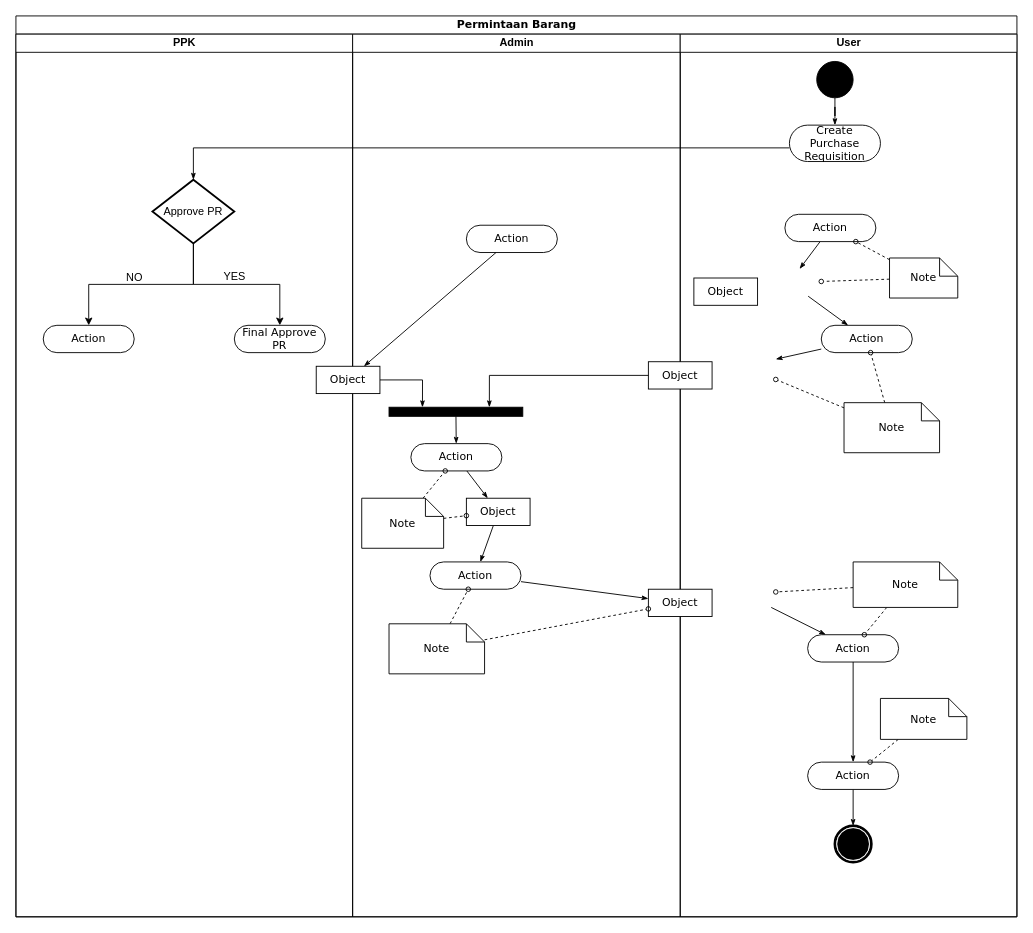
ardianozi18/berkibar keeps this draw.io diagram as 20210727 Activity Diagram AKAProc.drawio. Above is the earlier version. Source tidied: cells renumbered, new cells numbered last; positions are measured from the earlier drawing's top-left corner, leaving out a move shared by most shapes. Both pictures are drawn from the tidied source at 91%, with x=0, y=0 at pixel (15, 15).
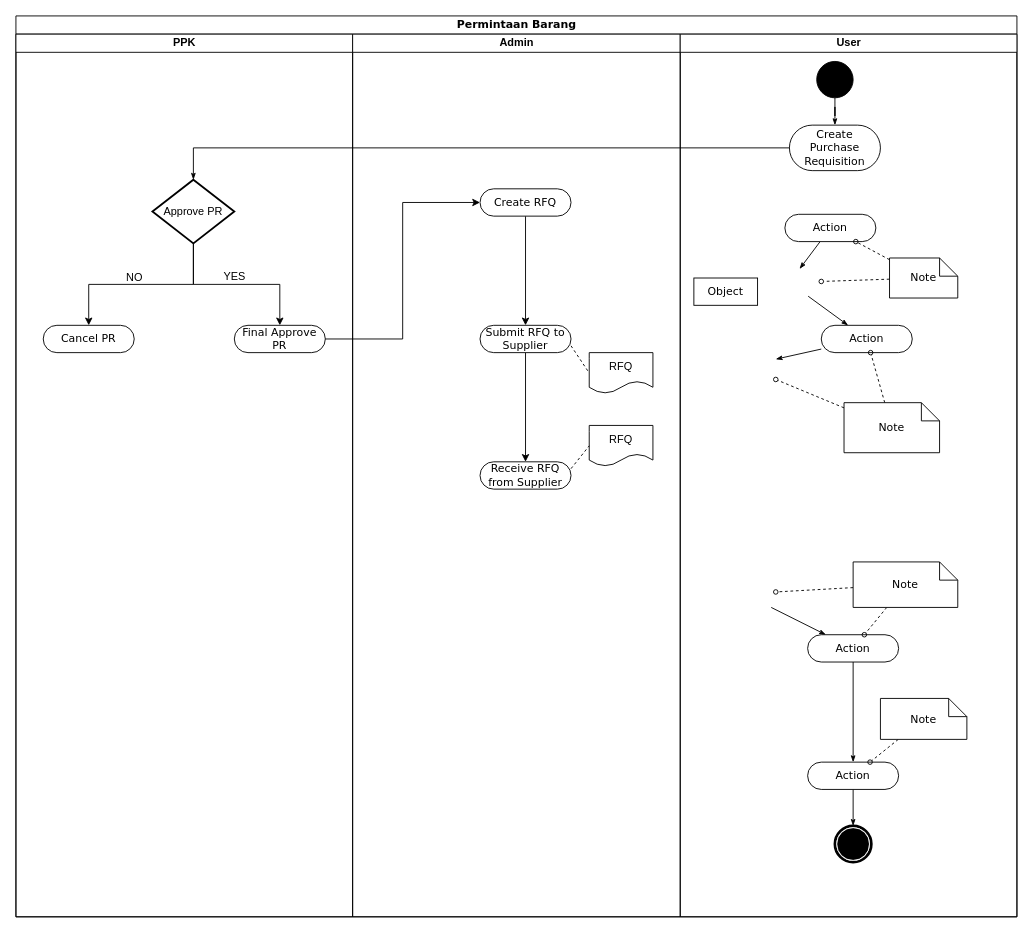
The same diagram, later.

Unchanged cells that the change refers to:
```xml
<mxCell id="2" value="Permintaan Barang" style="swimlane;html=1;startSize=20;rounded=0;shadow=0;comic=0;labelBackgroundColor=none;strokeWidth=1;fontFamily=Verdana;fontSize=12;align=center;" parent="1" vertex="1">
  <mxGeometry width="1100" height="990" as="geometry" />
</mxCell>
<mxCell id="3" value="PPK" style="swimlane;html=1;startSize=20;" parent="2" vertex="1">
  <mxGeometry y="20" width="370" height="970" as="geometry" />
</mxCell>
<mxCell id="8" value="Final Approve PR" style="rounded=1;whiteSpace=wrap;html=1;shadow=0;comic=0;labelBackgroundColor=none;strokeWidth=1;fontFamily=Verdana;fontSize=12;align=center;arcSize=50;" parent="3" vertex="1">
  <mxGeometry x="240" y="320" width="100" height="30" as="geometry" />
</mxCell>
<mxCell id="10" value="Admin" style="swimlane;html=1;startSize=20;" parent="2" vertex="1">
  <mxGeometry x="370" y="20" width="360" height="970" as="geometry" />
</mxCell>
<mxCell id="27" value="User" style="swimlane;html=1;startSize=20;" parent="2" vertex="1">
  <mxGeometry x="730" y="20" width="370" height="970" as="geometry" />
</mxCell>
```

The edit, as a diff of the source:
```diff
@@
-    <mxCell id="7" value="Action" style="rounded=1;whiteSpace=wrap;html=1;shadow=0;comic=0;labelBackgroundColor=none;strokeWidth=1;fontFamily=Verdana;fontSize=12;align=center;arcSize=50;" parent="3" vertex="1">
+    <mxCell id="7" value="Cancel PR" style="rounded=1;whiteSpace=wrap;html=1;shadow=0;comic=0;labelBackgroundColor=none;strokeWidth=1;fontFamily=Verdana;fontSize=12;align=center;arcSize=50;" parent="3" vertex="1">
       <mxGeometry x="30" y="320" width="100" height="30" as="geometry" />
     </mxCell>
@@
-    <mxCell id="11" style="edgeStyle=none;rounded=0;html=1;labelBackgroundColor=none;startArrow=none;startFill=0;startSize=5;endArrow=classicThin;endFill=1;endSize=5;jettySize=auto;strokeWidth=1;fontFamily=Verdana;fontSize=12;" parent="10" edge="1" source="12" target="18">
-      <mxGeometry relative="1" as="geometry" />
-    </mxCell>
-    <mxCell id="12" value="Action" style="rounded=1;whiteSpace=wrap;html=1;shadow=0;comic=0;labelBackgroundColor=none;strokeWidth=1;fontFamily=Verdana;fontSize=12;align=center;arcSize=50;" parent="10" vertex="1">
-      <mxGeometry x="64" y="450" width="100" height="30" as="geometry" />
-    </mxCell>
-    <mxCell id="13" style="edgeStyle=none;rounded=0;html=1;labelBackgroundColor=none;startArrow=none;startFill=0;startSize=5;endArrow=classicThin;endFill=1;endSize=5;jettySize=auto;strokeWidth=1;fontFamily=Verdana;fontSize=12;" parent="10" edge="1" source="14" target="12">
-      <mxGeometry relative="1" as="geometry" />
-    </mxCell>
-    <mxCell id="14" style="whiteSpace=wrap;html=1;rounded=0;shadow=0;comic=0;labelBackgroundColor=none;strokeWidth=1;fillColor=#000000;fontFamily=Verdana;fontSize=12;align=center;rotation=0;" parent="10" vertex="1">
-      <mxGeometry x="40" y="410" width="147" height="10" as="geometry" />
-    </mxCell>
-    <mxCell id="15" style="edgeStyle=orthogonalEdgeStyle;rounded=0;html=1;entryX=0.25;entryY=0;labelBackgroundColor=none;startArrow=none;startFill=0;startSize=5;endArrow=classicThin;endFill=1;endSize=5;jettySize=auto;strokeWidth=1;fontFamily=Verdana;fontSize=12;" parent="10" edge="1" source="16" target="14">
-      <mxGeometry relative="1" as="geometry" />
-    </mxCell>
-    <mxCell id="16" value="Object" style="rounded=0;whiteSpace=wrap;html=1;shadow=0;comic=0;labelBackgroundColor=none;strokeWidth=1;fontFamily=Verdana;fontSize=12;align=center;arcSize=50;" parent="10" vertex="1">
-      <mxGeometry x="-40" y="365" width="70" height="30" as="geometry" />
-    </mxCell>
-    <mxCell id="17" style="edgeStyle=none;rounded=0;html=1;labelBackgroundColor=none;startArrow=none;startFill=0;startSize=5;endArrow=classicThin;endFill=1;endSize=5;jettySize=auto;strokeWidth=1;fontFamily=Verdana;fontSize=12;" parent="10" edge="1" source="18" target="19">
-      <mxGeometry relative="1" as="geometry" />
-    </mxCell>
-    <mxCell id="18" value="Object" style="rounded=0;whiteSpace=wrap;html=1;shadow=0;comic=0;labelBackgroundColor=none;strokeWidth=1;fontFamily=Verdana;fontSize=12;align=center;arcSize=50;" parent="10" vertex="1">
-      <mxGeometry x="125" y="510" width="70" height="30" as="geometry" />
-    </mxCell>
-    <mxCell id="19" value="Action" style="rounded=1;whiteSpace=wrap;html=1;shadow=0;comic=0;labelBackgroundColor=none;strokeWidth=1;fontFamily=Verdana;fontSize=12;align=center;arcSize=50;" parent="10" vertex="1">
-      <mxGeometry x="85" y="580" width="100" height="30" as="geometry" />
-    </mxCell>
-    <mxCell id="20" style="edgeStyle=none;rounded=0;html=1;dashed=1;labelBackgroundColor=none;startArrow=none;startFill=0;startSize=5;endArrow=oval;endFill=0;endSize=5;jettySize=auto;strokeWidth=1;fontFamily=Verdana;fontSize=12;" parent="10" edge="1" source="22" target="12">
-      <mxGeometry relative="1" as="geometry" />
-    </mxCell>
-    <mxCell id="21" style="edgeStyle=none;rounded=0;html=1;dashed=1;labelBackgroundColor=none;startArrow=none;startFill=0;startSize=5;endArrow=oval;endFill=0;endSize=5;jettySize=auto;strokeWidth=1;fontFamily=Verdana;fontSize=12;" parent="10" edge="1" source="22" target="18">
-      <mxGeometry relative="1" as="geometry" />
-    </mxCell>
-    <mxCell id="22" value="Note" style="shape=note;whiteSpace=wrap;html=1;rounded=0;shadow=0;comic=0;labelBackgroundColor=none;strokeWidth=1;fontFamily=Verdana;fontSize=12;align=center;size=20;" parent="10" vertex="1">
-      <mxGeometry x="10" y="510" width="90" height="55" as="geometry" />
-    </mxCell>
-    <mxCell id="23" style="edgeStyle=none;rounded=0;html=1;dashed=1;labelBackgroundColor=none;startArrow=none;startFill=0;startSize=5;endArrow=oval;endFill=0;endSize=5;jettySize=auto;strokeWidth=1;fontFamily=Verdana;fontSize=12;" parent="10" edge="1" source="24" target="19">
-      <mxGeometry relative="1" as="geometry" />
-    </mxCell>
-    <mxCell id="24" value="Note" style="shape=note;whiteSpace=wrap;html=1;rounded=0;shadow=0;comic=0;labelBackgroundColor=none;strokeWidth=1;fontFamily=Verdana;fontSize=12;align=center;size=20;" parent="10" vertex="1">
-      <mxGeometry x="40" y="648" width="105" height="55" as="geometry" />
-    </mxCell>
+    <mxCell id="61" style="edgeStyle=orthogonalEdgeStyle;rounded=0;jettySize=auto;html=1;exitX=0.5;exitY=1;exitDx=0;exitDy=0;" parent="10" edge="1" source="25" target="64">
+      <mxGeometry relative="1" as="geometry" />
+    </mxCell>
-    <mxCell id="25" value="Action" style="rounded=1;whiteSpace=wrap;html=1;shadow=0;comic=0;labelBackgroundColor=none;strokeWidth=1;fontFamily=Verdana;fontSize=12;align=center;arcSize=50;" parent="10" vertex="1">
-      <mxGeometry x="125" y="210" width="100" height="30" as="geometry" />
+    <mxCell id="25" value="Submit RFQ to Supplier" style="rounded=1;whiteSpace=wrap;html=1;shadow=0;comic=0;labelBackgroundColor=none;strokeWidth=1;fontFamily=Verdana;fontSize=12;align=center;arcSize=50;" parent="10" vertex="1">
+      <mxGeometry x="140" y="320" width="100" height="30" as="geometry" />
     </mxCell>
-    <mxCell id="26" style="edgeStyle=none;rounded=0;html=1;labelBackgroundColor=none;startArrow=none;startFill=0;startSize=5;endArrow=classicThin;endFill=1;endSize=5;jettySize=auto;strokeWidth=1;fontFamily=Verdana;fontSize=12;" parent="10" edge="1" source="25" target="16">
-      <mxGeometry relative="1" as="geometry" />
-    </mxCell>
+    <mxCell id="62" value="RFQ" style="shape=document;whiteSpace=wrap;html=1;boundedLbl=1;" parent="10" vertex="1">
+      <mxGeometry x="260" y="350" width="70" height="44.8" as="geometry" />
+    </mxCell>
+    <mxCell id="63" style="endArrow=none;dashed=1;html=1;entryX=0;entryY=0.5;entryDx=0;entryDy=0;exitX=1;exitY=0.75;exitDx=0;exitDy=0;" parent="10" edge="1" source="25" target="62">
+      <mxGeometry relative="1" as="geometry" />
+    </mxCell>
+    <mxCell id="64" value="Receive RFQ from Supplier" style="rounded=1;whiteSpace=wrap;html=1;shadow=0;comic=0;labelBackgroundColor=none;strokeWidth=1;fontFamily=Verdana;fontSize=12;align=center;arcSize=50;" parent="10" vertex="1">
+      <mxGeometry x="140" y="470" width="100" height="30" as="geometry" />
+    </mxCell>
+    <mxCell id="65" style="edgeStyle=orthogonalEdgeStyle;rounded=0;jettySize=auto;html=1;exitX=0.5;exitY=1;exitDx=0;exitDy=0;entryX=0.5;entryY=0;entryDx=0;entryDy=0;" parent="10" edge="1" source="66" target="25">
+      <mxGeometry relative="1" as="geometry" />
+    </mxCell>
+    <mxCell id="66" value="Create RFQ" style="rounded=1;whiteSpace=wrap;html=1;shadow=0;comic=0;labelBackgroundColor=none;strokeWidth=1;fontFamily=Verdana;fontSize=12;align=center;arcSize=50;" parent="10" vertex="1">
+      <mxGeometry x="140" y="170" width="100" height="30" as="geometry" />
+    </mxCell>
@@
     <mxCell id="30" value="Create Purchase Requisition" style="rounded=1;whiteSpace=wrap;html=1;shadow=0;comic=0;labelBackgroundColor=none;strokeWidth=1;fontFamily=Verdana;fontSize=12;align=center;arcSize=50;" parent="27" vertex="1">
-      <mxGeometry x="120" y="100" width="100" height="40" as="geometry" />
+      <mxGeometry x="120" y="100" width="100" height="50" as="geometry" />
     </mxCell>
@@
-    <mxCell id="37" value="Object" style="rounded=0;whiteSpace=wrap;html=1;shadow=0;comic=0;labelBackgroundColor=none;strokeWidth=1;fontFamily=Verdana;fontSize=12;align=center;arcSize=50;" parent="27" vertex="1">
-      <mxGeometry x="-35" y="360" width="70" height="30" as="geometry" />
-    </mxCell>
@@
-    <mxCell id="39" value="Object" style="rounded=0;whiteSpace=wrap;html=1;shadow=0;comic=0;labelBackgroundColor=none;strokeWidth=1;fontFamily=Verdana;fontSize=12;align=center;arcSize=50;" parent="27" vertex="1">
-      <mxGeometry x="-35" y="610" width="70" height="30" as="geometry" />
-    </mxCell>
@@
-    <mxCell id="57" style="edgeStyle=orthogonalEdgeStyle;rounded=0;html=1;entryX=0.75;entryY=0;labelBackgroundColor=none;startArrow=none;startFill=0;startSize=5;endArrow=classicThin;endFill=1;endSize=5;jettySize=auto;strokeWidth=1;fontFamily=Verdana;fontSize=12;" parent="2" edge="1" source="37" target="14">
-      <mxGeometry relative="1" as="geometry" />
-    </mxCell>
-    <mxCell id="58" style="edgeStyle=none;rounded=0;html=1;labelBackgroundColor=none;startArrow=none;startFill=0;startSize=5;endArrow=classicThin;endFill=1;endSize=5;jettySize=auto;strokeWidth=1;fontFamily=Verdana;fontSize=12;" parent="2" edge="1" source="19" target="39">
-      <mxGeometry relative="1" as="geometry" />
-    </mxCell>
-    <mxCell id="59" style="edgeStyle=none;rounded=0;html=1;dashed=1;labelBackgroundColor=none;startArrow=none;startFill=0;startSize=5;endArrow=oval;endFill=0;endSize=5;jettySize=auto;strokeWidth=1;fontFamily=Verdana;fontSize=12;" parent="2" edge="1" source="24" target="39">
-      <mxGeometry relative="1" as="geometry" />
-    </mxCell>
+    <mxCell id="67" style="edgeStyle=orthogonalEdgeStyle;rounded=0;jettySize=auto;html=1;exitX=1;exitY=0.5;exitDx=0;exitDy=0;entryX=0;entryY=0.5;entryDx=0;entryDy=0;" parent="2" edge="1" source="8" target="66">
+      <mxGeometry relative="1" as="geometry" />
+    </mxCell>
@@
+    <mxCell id="68" value="RFQ" style="shape=document;whiteSpace=wrap;html=1;boundedLbl=1;" parent="1" vertex="1">
+      <mxGeometry x="630" y="450" width="70" height="44.8" as="geometry" />
+    </mxCell>
+    <mxCell id="69" style="endArrow=none;dashed=1;html=1;entryX=0;entryY=0.5;entryDx=0;entryDy=0;exitX=1;exitY=0.25;exitDx=0;exitDy=0;" parent="1" edge="1" source="64" target="68">
+      <mxGeometry relative="1" as="geometry" />
+    </mxCell>
```
